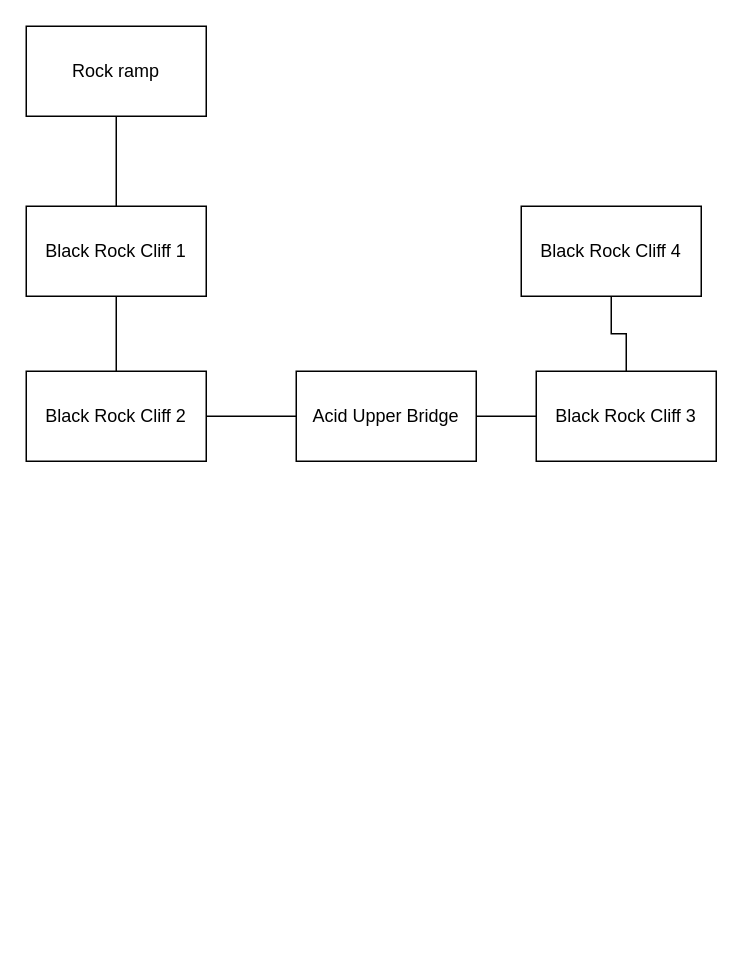
This is page "BRC_Level2" (2 of 2) of BlackRockCanyon.drawio from michaelm142/Stick-Figure-Game, a draw.io file, before an edit. Source tidied: cells renumbered, new cells numbered last; positions are measured from the earlier drawing's top-left corner, leaving out a move shared by most shapes. Both pictures are drawn from the tidied source at 150%, with x=0, y=0 at pixel (26, 26).
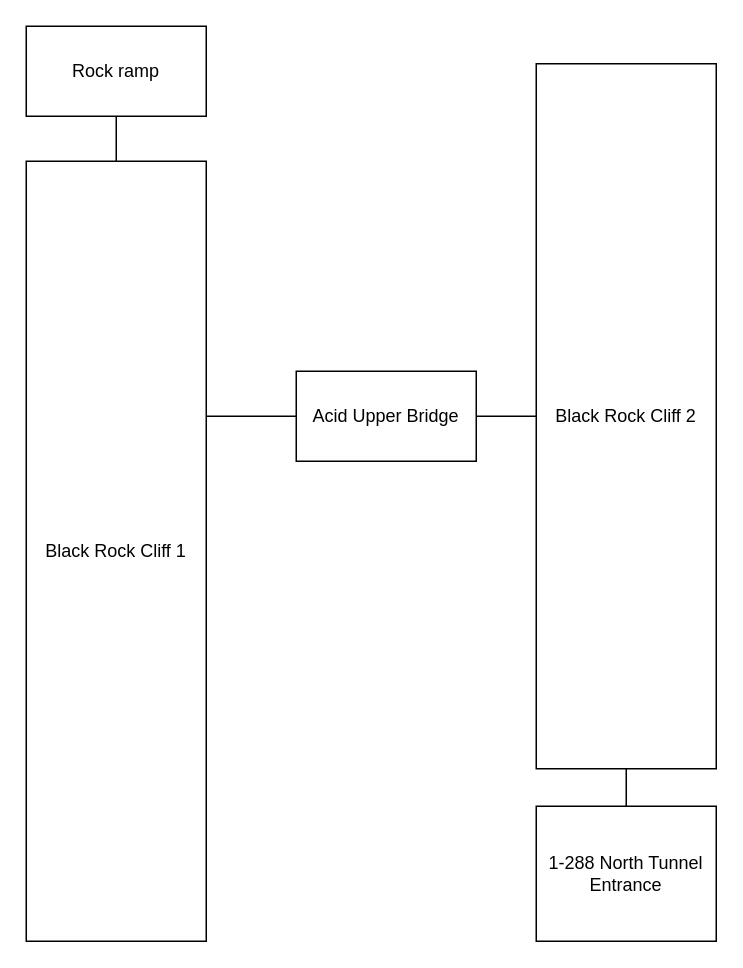
After the change.

Diff of the diagram source:
```diff
@@
 <mxGraphModel>
   <root>
     <mxCell id="0" />
     <mxCell id="1" parent="0" />
-    <mxCell id="2" style="edgeStyle=orthogonalEdgeStyle;rounded=0;jettySize=auto;html=1;endArrow=none;endFill=0;" parent="1" edge="1" source="3" target="5">
-      <mxGeometry relative="1" as="geometry" />
-    </mxCell>
+    <mxCell id="13" style="edgeStyle=orthogonalEdgeStyle;rounded=0;jettySize=auto;html=1;endArrow=none;endFill=0;" parent="1" edge="1" source="3" target="7">
+      <mxGeometry relative="1" as="geometry" />
+    </mxCell>
     <mxCell id="3" value="Rock ramp" style="rounded=0;whiteSpace=wrap;html=1;" parent="1" vertex="1">
       <mxGeometry width="120" height="60" as="geometry" />
     </mxCell>
-    <mxCell id="4" style="edgeStyle=orthogonalEdgeStyle;rounded=0;jettySize=auto;html=1;endArrow=none;endFill=0;" parent="1" edge="1" source="5" target="7">
-      <mxGeometry relative="1" as="geometry" />
-    </mxCell>
-    <mxCell id="5" value="Black Rock Cliff 1" style="rounded=0;whiteSpace=wrap;html=1;" parent="1" vertex="1">
-      <mxGeometry y="120" width="120" height="60" as="geometry" />
-    </mxCell>
     <mxCell id="6" style="edgeStyle=orthogonalEdgeStyle;rounded=0;jettySize=auto;html=1;endArrow=none;endFill=0;" parent="1" edge="1" source="7" target="9">
-      <mxGeometry relative="1" as="geometry" />
+      <mxGeometry relative="1" as="geometry">
+        <Array as="points">
+          <mxPoint x="140" y="260" />
+          <mxPoint x="140" y="260" />
+        </Array>
+      </mxGeometry>
     </mxCell>
-    <mxCell id="7" value="Black Rock Cliff 2" style="rounded=0;whiteSpace=wrap;html=1;" parent="1" vertex="1">
-      <mxGeometry y="230" width="120" height="60" as="geometry" />
+    <mxCell id="7" value="Black Rock Cliff 1" style="rounded=0;whiteSpace=wrap;html=1;" parent="1" vertex="1">
+      <mxGeometry y="90" width="120" height="520" as="geometry" />
     </mxCell>
     <mxCell id="8" style="edgeStyle=orthogonalEdgeStyle;rounded=0;jettySize=auto;html=1;endArrow=none;endFill=0;" parent="1" edge="1" source="9" target="11">
       <mxGeometry relative="1" as="geometry" />
     </mxCell>
     <mxCell id="9" value="Acid Upper Bridge" style="rounded=0;whiteSpace=wrap;html=1;" parent="1" vertex="1">
       <mxGeometry x="180" y="230" width="120" height="60" as="geometry" />
     </mxCell>
-    <mxCell id="10" style="edgeStyle=orthogonalEdgeStyle;rounded=0;jettySize=auto;html=1;endArrow=none;endFill=0;" parent="1" edge="1" source="11" target="12">
-      <mxGeometry relative="1" as="geometry" />
-    </mxCell>
+    <mxCell id="14" style="edgeStyle=orthogonalEdgeStyle;rounded=0;jettySize=auto;html=1;endArrow=none;endFill=0;" parent="1" edge="1" source="11" target="15">
+      <mxGeometry relative="1" as="geometry" />
+    </mxCell>
-    <mxCell id="11" value="Black Rock Cliff 3" style="rounded=0;whiteSpace=wrap;html=1;" parent="1" vertex="1">
-      <mxGeometry x="340" y="230" width="120" height="60" as="geometry" />
+    <mxCell id="11" value="Black Rock Cliff 2" style="rounded=0;whiteSpace=wrap;html=1;" parent="1" vertex="1">
+      <mxGeometry x="340" y="25" width="120" height="470" as="geometry" />
     </mxCell>
-    <mxCell id="12" value="Black Rock Cliff 4" style="rounded=0;whiteSpace=wrap;html=1;" parent="1" vertex="1">
-      <mxGeometry x="330" y="120" width="120" height="60" as="geometry" />
-    </mxCell>
+    <mxCell id="15" value="1-288 North Tunnel Entrance" style="rounded=0;whiteSpace=wrap;html=1;" parent="1" vertex="1">
+      <mxGeometry x="340" y="520" width="120" height="90" as="geometry" />
+    </mxCell>
   </root>
 </mxGraphModel>
```
